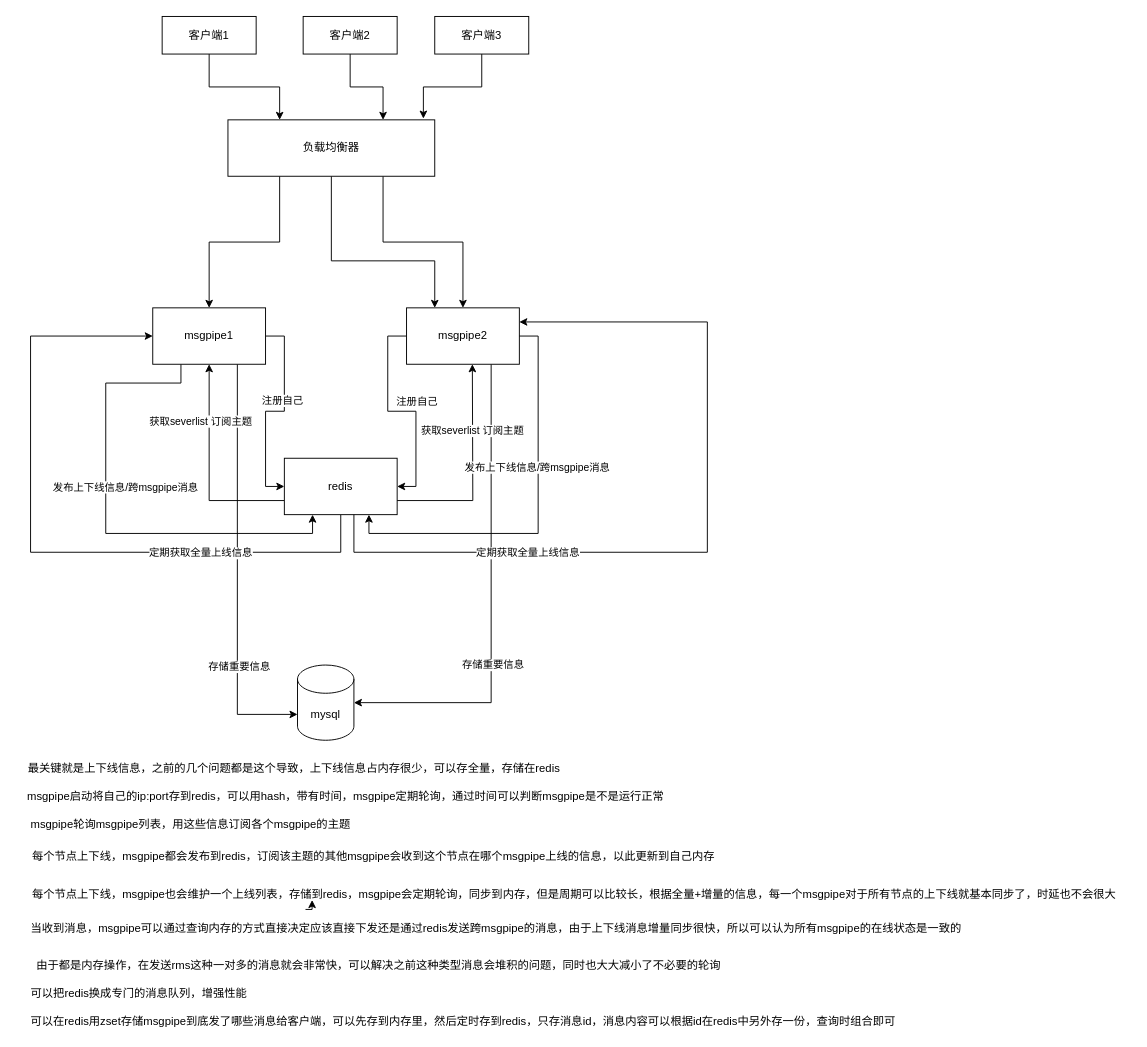
This is Untitled Diagram.drawio from cba5119/hehe, a draw.io file, before an edit. Source tidied: cells renumbered, new cells numbered last; positions are measured from the earlier drawing's top-left corner, leaving out a move shared by most shapes. Both pictures are drawn from the tidied source at 94%, with x=0, y=0 at pixel (21, 16).
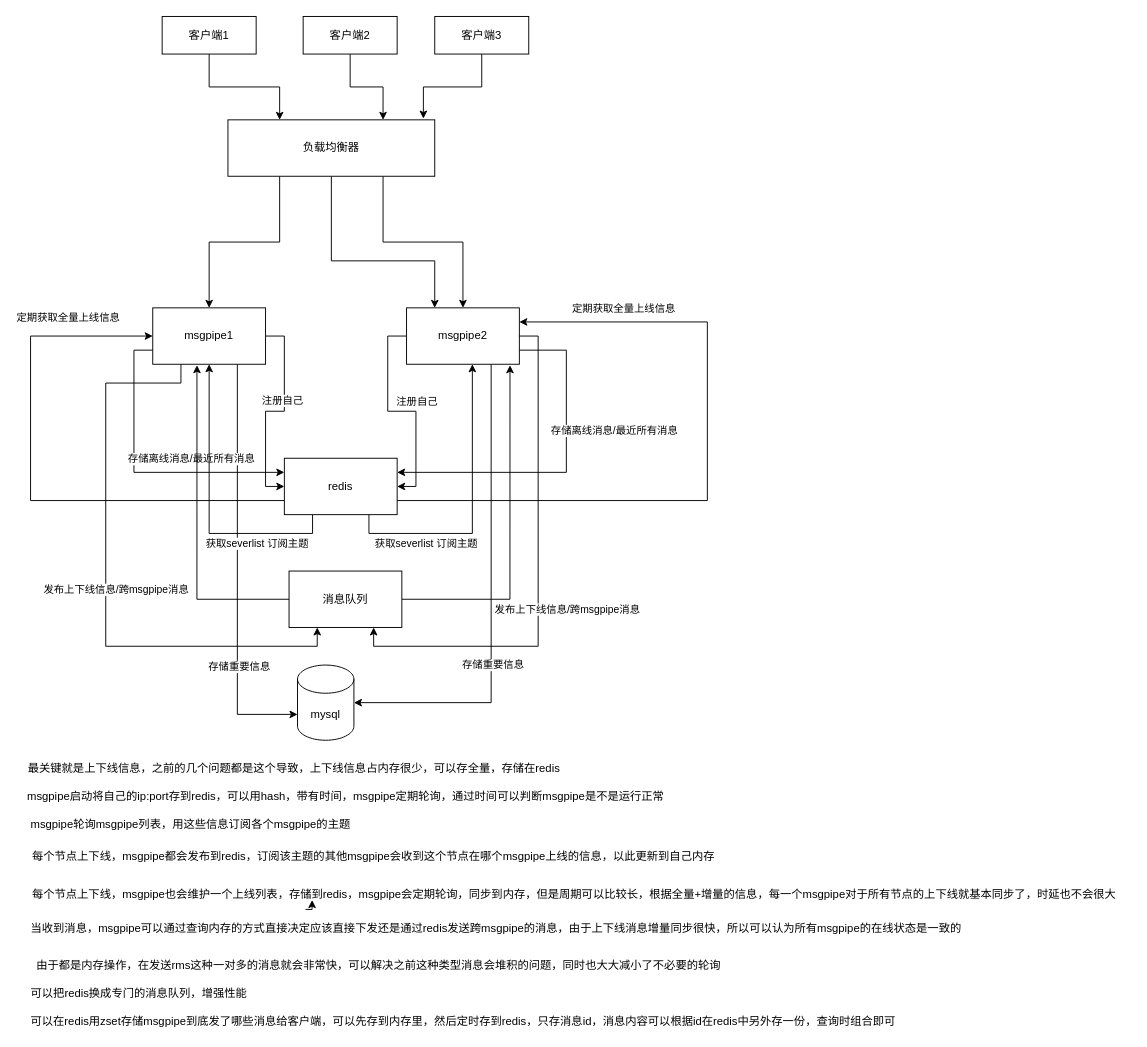
Above is the later version.

The change refers to these unchanged cells:
```xml
<mxCell id="12" value="msgpipe1" style="rounded=0;whiteSpace=wrap;html=1;" parent="1" vertex="1">
  <mxGeometry x="140" y="310" width="120" height="60" as="geometry" />
</mxCell>
<mxCell id="18" value="msgpipe2" style="rounded=0;whiteSpace=wrap;html=1;" parent="1" vertex="1">
  <mxGeometry x="410" y="310" width="120" height="60" as="geometry" />
</mxCell>
<mxCell id="27" value="redis" style="rounded=0;whiteSpace=wrap;html=1;" parent="1" vertex="1">
  <mxGeometry x="280" y="470" width="120" height="60" as="geometry" />
</mxCell>
```

What changed in the source:
```diff
@@
-    <mxCell id="8" style="edgeStyle=orthogonalEdgeStyle;rounded=0;jettySize=auto;html=1;exitX=0.25;exitY=1;exitDx=0;exitDy=0;entryX=0.25;entryY=1;entryDx=0;entryDy=0;" parent="1" edge="1" source="12" target="27">
+    <mxCell id="8" style="edgeStyle=orthogonalEdgeStyle;rounded=0;jettySize=auto;html=1;exitX=0.25;exitY=1;exitDx=0;exitDy=0;entryX=0.25;entryY=1;entryDx=0;entryDy=0;" parent="1" edge="1" source="12" target="54">
       <mxGeometry relative="1" as="geometry">
         <Array as="points">
           <mxPoint x="170" y="390" />
           <mxPoint x="90" y="390" />
-          <mxPoint x="90" y="550" />
-          <mxPoint x="310" y="550" />
+          <mxPoint x="90" y="670" />
+          <mxPoint x="315" y="670" />
         </Array>
       </mxGeometry>
     </mxCell>
     <mxCell id="9" value="发布上下线信息/跨msgpipe消息" style="edgeLabel;html=1;align=center;verticalAlign=middle;" parent="8" vertex="1">
       <mxGeometry x="-0.26" y="-2" relative="1" as="geometry">
-        <mxPoint x="22" y="25" as="offset" />
+        <mxPoint x="12" y="88" as="offset" />
       </mxGeometry>
     </mxCell>
@@
+    <mxCell id="47" style="edgeStyle=orthogonalEdgeStyle;rounded=0;jettySize=auto;html=1;exitX=0;exitY=0.75;exitDx=0;exitDy=0;entryX=0;entryY=0.25;entryDx=0;entryDy=0;" parent="1" edge="1" source="12" target="27">
+      <mxGeometry relative="1" as="geometry" />
+    </mxCell>
+    <mxCell id="48" value="存储离线消息/最近所有消息" style="edgeLabel;html=1;align=center;verticalAlign=middle;" parent="47" vertex="1">
+      <mxGeometry x="0.21" y="2" relative="1" as="geometry">
+        <mxPoint x="22" y="-13" as="offset" />
+      </mxGeometry>
+    </mxCell>
@@
+    <mxCell id="49" style="edgeStyle=orthogonalEdgeStyle;rounded=0;jettySize=auto;html=1;exitX=1;exitY=0.75;exitDx=0;exitDy=0;entryX=1;entryY=0.25;entryDx=0;entryDy=0;" parent="1" edge="1" source="18" target="27">
+      <mxGeometry relative="1" as="geometry">
+        <Array as="points">
+          <mxPoint x="580" y="355" />
+          <mxPoint x="580" y="485" />
+        </Array>
+      </mxGeometry>
+    </mxCell>
+    <mxCell id="50" style="edgeLabel;html=1;align=center;verticalAlign=middle;" parent="49" vertex="1">
+      <mxGeometry x="0.28" y="-1" relative="1" as="geometry" />
+    </mxCell>
+    <mxCell id="51" value="存储离线消息/最近所有消息" style="edgeLabel;html=1;align=center;verticalAlign=middle;" parent="49" vertex="1">
+      <mxGeometry x="0.21" y="1" relative="1" as="geometry">
+        <mxPoint x="88" y="-46" as="offset" />
+      </mxGeometry>
+    </mxCell>
@@
-    <mxCell id="23" style="edgeStyle=orthogonalEdgeStyle;rounded=0;jettySize=auto;html=1;exitX=0;exitY=0.75;exitDx=0;exitDy=0;entryX=0.5;entryY=1;entryDx=0;entryDy=0;" parent="1" edge="1" source="27" target="12">
-      <mxGeometry relative="1" as="geometry" />
+    <mxCell id="23" style="edgeStyle=orthogonalEdgeStyle;rounded=0;jettySize=auto;html=1;exitX=0.25;exitY=1;exitDx=0;exitDy=0;entryX=0.5;entryY=1;entryDx=0;entryDy=0;" parent="1" edge="1" source="27" target="12">
+      <mxGeometry relative="1" as="geometry">
+        <Array as="points">
+          <mxPoint x="310" y="550" />
+          <mxPoint x="200" y="550" />
+        </Array>
+      </mxGeometry>
     </mxCell>
     <mxCell id="24" value="获取severlist 订阅主题" style="edgeLabel;html=1;align=center;verticalAlign=middle;" parent="23" vertex="1">
       <mxGeometry x="0.16" y="1" relative="1" as="geometry">
-        <mxPoint x="-9" y="-34" as="offset" />
+        <mxPoint x="51" y="60" as="offset" />
       </mxGeometry>
     </mxCell>
-    <mxCell id="25" style="edgeStyle=orthogonalEdgeStyle;rounded=0;jettySize=auto;html=1;exitX=0.5;exitY=1;exitDx=0;exitDy=0;entryX=0;entryY=0.5;entryDx=0;entryDy=0;" parent="1" edge="1" source="27" target="12">
+    <mxCell id="25" style="edgeStyle=orthogonalEdgeStyle;rounded=0;jettySize=auto;html=1;exitX=0;exitY=0.75;exitDx=0;exitDy=0;entryX=0;entryY=0.5;entryDx=0;entryDy=0;" parent="1" edge="1" source="27" target="12">
       <mxGeometry relative="1" as="geometry">
         <Array as="points">
-          <mxPoint x="340" y="570" />
-          <mxPoint x="10" y="570" />
+          <mxPoint x="10" y="515" />
           <mxPoint x="10" y="340" />
         </Array>
       </mxGeometry>
     </mxCell>
     <mxCell id="26" value="定期获取全量上线信息" style="edgeLabel;html=1;align=center;verticalAlign=middle;" parent="25" vertex="1">
-      <mxGeometry x="-0.48" relative="1" as="geometry" />
+      <mxGeometry x="-0.48" relative="1" as="geometry">
+        <mxPoint x="-81" y="-195" as="offset" />
+      </mxGeometry>
     </mxCell>
@@
-    <mxCell id="28" style="edgeStyle=orthogonalEdgeStyle;rounded=0;jettySize=auto;html=1;exitX=1;exitY=0.75;exitDx=0;exitDy=0;entryX=0.5;entryY=1;entryDx=0;entryDy=0;" parent="1" edge="1" source="27">
+    <mxCell id="28" style="edgeStyle=orthogonalEdgeStyle;rounded=0;jettySize=auto;html=1;entryX=0.5;entryY=1;entryDx=0;entryDy=0;exitX=0.75;exitY=1;exitDx=0;exitDy=0;" parent="1" edge="1" source="27">
       <mxGeometry relative="1" as="geometry">
         <mxPoint x="480" y="370" as="targetPoint" />
+        <Array as="points">
+          <mxPoint x="370" y="550" />
+          <mxPoint x="480" y="550" />
+        </Array>
       </mxGeometry>
     </mxCell>
     <mxCell id="29" value="获取severlist 订阅主题" style="edgeLabel;html=1;align=center;verticalAlign=middle;" parent="28" vertex="1">
       <mxGeometry x="0.16" y="1" relative="1" as="geometry">
-        <mxPoint y="-24" as="offset" />
+        <mxPoint x="-49" y="60" as="offset" />
       </mxGeometry>
     </mxCell>
-    <mxCell id="30" style="edgeStyle=orthogonalEdgeStyle;rounded=0;jettySize=auto;html=1;exitX=1;exitY=0.5;exitDx=0;exitDy=0;entryX=0.75;entryY=1;entryDx=0;entryDy=0;" parent="1" edge="1" source="18" target="27">
+    <mxCell id="30" style="edgeStyle=orthogonalEdgeStyle;rounded=0;jettySize=auto;html=1;exitX=1;exitY=0.5;exitDx=0;exitDy=0;entryX=0.75;entryY=1;entryDx=0;entryDy=0;" parent="1" edge="1" source="18" target="54">
       <mxGeometry relative="1" as="geometry" />
     </mxCell>
     <mxCell id="31" value="发布上下线信息/跨msgpipe消息" style="edgeLabel;html=1;align=center;verticalAlign=middle;" parent="30" vertex="1">
-      <mxGeometry x="-0.26" y="-2" relative="1" as="geometry" />
+      <mxGeometry x="-0.26" y="-2" relative="1" as="geometry">
+        <mxPoint x="32" y="108" as="offset" />
+      </mxGeometry>
     </mxCell>
@@
-    <mxCell id="35" style="edgeStyle=orthogonalEdgeStyle;rounded=0;jettySize=auto;html=1;entryX=1;entryY=0.25;entryDx=0;entryDy=0;" parent="1" edge="1" source="27" target="18">
+    <mxCell id="35" style="edgeStyle=orthogonalEdgeStyle;rounded=0;jettySize=auto;html=1;entryX=1;entryY=0.25;entryDx=0;entryDy=0;exitX=1;exitY=0.75;exitDx=0;exitDy=0;" parent="1" edge="1" source="27" target="18">
       <mxGeometry relative="1" as="geometry">
         <Array as="points">
-          <mxPoint x="354" y="570" />
-          <mxPoint x="730" y="570" />
+          <mxPoint x="730" y="515" />
           <mxPoint x="730" y="325" />
         </Array>
       </mxGeometry>
     </mxCell>
     <mxCell id="36" value="定期获取全量上线信息" style="edgeLabel;html=1;align=center;verticalAlign=middle;" parent="35" vertex="1">
-      <mxGeometry x="-0.48" relative="1" as="geometry" />
+      <mxGeometry x="-0.48" relative="1" as="geometry">
+        <mxPoint x="53" y="-205" as="offset" />
+      </mxGeometry>
     </mxCell>
@@
+    <mxCell id="52" style="edgeStyle=orthogonalEdgeStyle;rounded=0;jettySize=auto;html=1;entryX=0.392;entryY=1.017;entryDx=0;entryDy=0;entryPerimeter=0;" parent="1" edge="1" source="54" target="12">
+      <mxGeometry relative="1" as="geometry" />
+    </mxCell>
+    <mxCell id="53" style="edgeStyle=orthogonalEdgeStyle;rounded=0;jettySize=auto;html=1;exitX=1;exitY=0.5;exitDx=0;exitDy=0;entryX=0.917;entryY=1.017;entryDx=0;entryDy=0;entryPerimeter=0;" parent="1" edge="1" source="54" target="18">
+      <mxGeometry relative="1" as="geometry" />
+    </mxCell>
+    <mxCell id="54" value="消息队列" style="rounded=0;whiteSpace=wrap;html=1;" parent="1" vertex="1">
+      <mxGeometry x="285" y="590" width="120" height="60" as="geometry" />
+    </mxCell>
```
